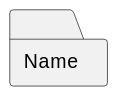
gigl-uml/Guide_uml_polymtl keeps this PlantUML diagram as out/plant_uml/singlePackagesRepresentation/singlePackagesRepresentation.svg. Above is the earlier version.
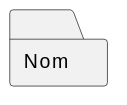
The same file after the commit.

What changed in the source:
```diff
@@ -1,4 +1,4 @@
 @startuml
 skinparam backgroundcolor transparent
-folder Name
+folder Nom
 @enduml
```
